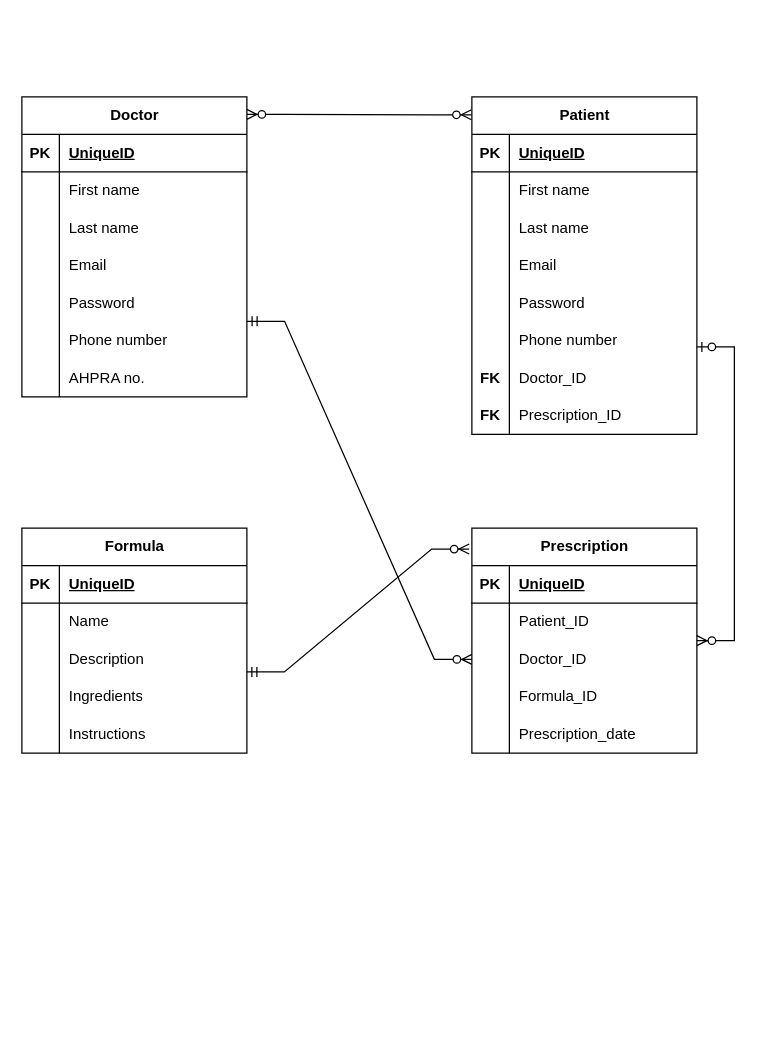
Earlier version of the draw.io diagram FormularyERD.drawio (danielkellydev/chinesemedformula_API). Source tidied: cells renumbered, new cells numbered last; positions are measured from the earlier drawing's top-left corner, leaving out a move shared by most shapes. Both pictures are drawn from the tidied source at 125%, with x=0, y=0 at pixel (21, 96).
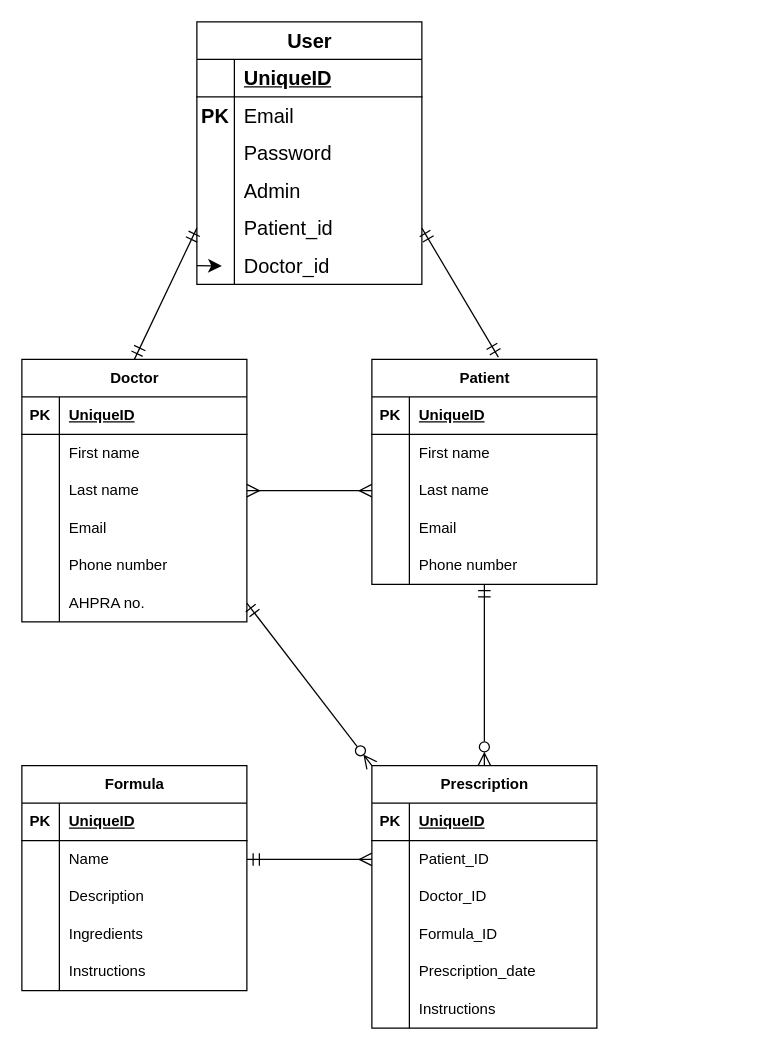
Above is the later version.

The change refers to these unchanged cells:
```xml
<mxCell id="9" style="shape=tableRow;horizontal=0;startSize=0;swimlaneHead=0;swimlaneBody=0;fillColor=none;points=[[0,0.5],[1,0.5]];portConstraint=eastwest;top=0;left=0;right=0;bottom=0;" parent="2" vertex="1">
  <mxGeometry y="90" width="180" height="30" as="geometry" />
</mxCell>
<mxCell id="31" style="shape=tableRow;horizontal=0;startSize=0;swimlaneHead=0;swimlaneBody=0;fillColor=none;points=[[0,0.5],[1,0.5]];portConstraint=eastwest;top=0;left=0;right=0;bottom=0;" parent="24" vertex="1">
  <mxGeometry y="90" width="180" height="30" as="geometry" />
</mxCell>
<mxCell id="53" style="shape=tableRow;horizontal=0;startSize=0;swimlaneHead=0;swimlaneBody=0;fillColor=none;points=[[0,0.5],[1,0.5]];portConstraint=eastwest;top=0;left=0;right=0;bottom=0;" parent="49" vertex="1">
  <mxGeometry y="60" width="180" height="30" as="geometry" />
</mxCell>
<mxCell id="56" style="shape=tableRow;horizontal=0;startSize=0;swimlaneHead=0;swimlaneBody=0;fillColor=none;points=[[0,0.5],[1,0.5]];portConstraint=eastwest;top=0;left=0;right=0;bottom=0;" parent="49" vertex="1">
  <mxGeometry y="90" width="180" height="30" as="geometry" />
</mxCell>
<mxCell id="69" style="shape=tableRow;horizontal=0;startSize=0;swimlaneHead=0;swimlaneBody=0;fillColor=none;points=[[0,0.5],[1,0.5]];portConstraint=eastwest;top=0;left=0;right=0;bottom=0;" parent="65" vertex="1">
  <mxGeometry y="60" width="180" height="30" as="geometry" />
</mxCell>
```

Change to the diagram source:
```diff
@@
     <mxCell id="2" value="Doctor" style="shape=table;startSize=30;childLayout=tableLayout;rowLines=0;fontStyle=1;align=center;html=1;" parent="1" vertex="1">
-      <mxGeometry width="180" height="240" as="geometry" />
+      <mxGeometry y="210" width="180" height="210" as="geometry" />
     </mxCell>
@@
-    <mxCell id="15" style="shape=tableRow;horizontal=0;startSize=0;swimlaneHead=0;swimlaneBody=0;fillColor=none;top=0;left=0;right=0;bottom=0;" parent="2" vertex="1">
-      <mxGeometry y="150" width="180" height="30" as="geometry" />
-    </mxCell>
-    <mxCell id="16" style="shape=partialRectangle;fillColor=none;top=0;left=0;bottom=0;right=0;overflow=hidden;whiteSpace=wrap;html=1;" parent="15" vertex="1">
-      <mxGeometry width="30" height="30" as="geometry" />
-    </mxCell>
-    <mxCell id="17" value="Password" style="shape=partialRectangle;fillColor=none;top=0;left=0;bottom=0;right=0;align=left;spacingLeft=6;overflow=hidden;whiteSpace=wrap;html=1;" parent="15" vertex="1">
-      <mxGeometry x="30" width="150" height="30" as="geometry" />
-    </mxCell>
     <mxCell id="18" style="shape=tableRow;horizontal=0;startSize=0;swimlaneHead=0;swimlaneBody=0;fillColor=none;points=[[0,0.5],[1,0.5]];portConstraint=eastwest;top=0;left=0;right=0;bottom=0;" parent="2" vertex="1">
-      <mxGeometry y="180" width="180" height="30" as="geometry" />
+      <mxGeometry y="150" width="180" height="30" as="geometry" />
     </mxCell>
@@
     <mxCell id="21" style="shape=tableRow;horizontal=0;startSize=0;swimlaneHead=0;swimlaneBody=0;fillColor=none;points=[[0,0.5],[1,0.5]];portConstraint=eastwest;top=0;left=0;right=0;bottom=0;" parent="2" vertex="1">
-      <mxGeometry y="210" width="180" height="30" as="geometry" />
+      <mxGeometry y="180" width="180" height="30" as="geometry" />
     </mxCell>
@@
     <mxCell id="24" value="Patient" style="shape=table;startSize=30;childLayout=tableLayout;rowLines=0;fontStyle=1;align=center;html=1;" parent="1" vertex="1">
-      <mxGeometry x="360" width="180" height="270" as="geometry" />
+      <mxGeometry x="280" y="210" width="180" height="180" as="geometry" />
     </mxCell>
@@
-    <mxCell id="37" style="shape=tableRow;horizontal=0;startSize=0;swimlaneHead=0;swimlaneBody=0;fillColor=none;top=0;left=0;right=0;bottom=0;" parent="24" vertex="1">
-      <mxGeometry y="150" width="180" height="30" as="geometry" />
-    </mxCell>
-    <mxCell id="38" style="shape=partialRectangle;fillColor=none;top=0;left=0;bottom=0;right=0;overflow=hidden;whiteSpace=wrap;html=1;" parent="37" vertex="1">
-      <mxGeometry width="30" height="30" as="geometry" />
-    </mxCell>
-    <mxCell id="39" value="Password" style="shape=partialRectangle;fillColor=none;top=0;left=0;bottom=0;right=0;align=left;spacingLeft=6;overflow=hidden;whiteSpace=wrap;html=1;" parent="37" vertex="1">
-      <mxGeometry x="30" width="150" height="30" as="geometry" />
-    </mxCell>
     <mxCell id="40" style="shape=tableRow;horizontal=0;startSize=0;swimlaneHead=0;swimlaneBody=0;fillColor=none;top=0;left=0;right=0;bottom=0;" parent="24" vertex="1">
-      <mxGeometry y="180" width="180" height="30" as="geometry" />
+      <mxGeometry y="150" width="180" height="30" as="geometry" />
     </mxCell>
@@
-    <mxCell id="43" style="shape=tableRow;horizontal=0;startSize=0;swimlaneHead=0;swimlaneBody=0;fillColor=none;top=0;left=0;right=0;bottom=0;" parent="24" vertex="1">
-      <mxGeometry y="210" width="180" height="30" as="geometry" />
-    </mxCell>
-    <mxCell id="44" value="FK" style="shape=partialRectangle;fillColor=none;top=0;left=0;bottom=0;right=0;overflow=hidden;whiteSpace=wrap;html=1;fontStyle=1;" parent="43" vertex="1">
-      <mxGeometry width="30" height="30" as="geometry" />
-    </mxCell>
-    <mxCell id="45" value="Doctor_ID" style="shape=partialRectangle;fillColor=none;top=0;left=0;bottom=0;right=0;align=left;spacingLeft=6;overflow=hidden;whiteSpace=wrap;html=1;" parent="43" vertex="1">
-      <mxGeometry x="30" width="150" height="30" as="geometry" />
-    </mxCell>
-    <mxCell id="46" style="shape=tableRow;horizontal=0;startSize=0;swimlaneHead=0;swimlaneBody=0;fillColor=none;top=0;left=0;right=0;bottom=0;" parent="24" vertex="1">
-      <mxGeometry y="240" width="180" height="30" as="geometry" />
-    </mxCell>
-    <mxCell id="47" value="FK" style="shape=partialRectangle;fillColor=none;top=0;left=0;bottom=0;right=0;overflow=hidden;whiteSpace=wrap;html=1;fontStyle=1;" parent="46" vertex="1">
-      <mxGeometry width="30" height="30" as="geometry" />
-    </mxCell>
-    <mxCell id="48" value="Prescription_ID" style="shape=partialRectangle;fillColor=none;top=0;left=0;bottom=0;right=0;align=left;spacingLeft=6;overflow=hidden;whiteSpace=wrap;html=1;" parent="46" vertex="1">
-      <mxGeometry x="30" width="150" height="30" as="geometry" />
-    </mxCell>
     <mxCell id="49" value="Prescription" style="shape=table;startSize=30;childLayout=tableLayout;rowLines=0;fontStyle=1;align=center;html=1;" parent="1" vertex="1">
-      <mxGeometry x="360" y="345" width="180" height="180" as="geometry" />
+      <mxGeometry x="280" y="535" width="180" height="210" as="geometry" />
     </mxCell>
@@
+    <mxCell id="85" style="shape=tableRow;horizontal=0;startSize=0;swimlaneHead=0;swimlaneBody=0;fillColor=none;top=0;left=0;right=0;bottom=0;" parent="49" vertex="1">
+      <mxGeometry y="180" width="180" height="30" as="geometry" />
+    </mxCell>
+    <mxCell id="86" style="shape=partialRectangle;fillColor=none;top=0;left=0;bottom=0;right=0;overflow=hidden;whiteSpace=wrap;html=1;" parent="85" vertex="1">
+      <mxGeometry width="30" height="30" as="geometry" />
+    </mxCell>
+    <mxCell id="87" value="Instructions" style="shape=partialRectangle;fillColor=none;top=0;left=0;bottom=0;right=0;align=left;spacingLeft=6;overflow=hidden;whiteSpace=wrap;html=1;" parent="85" vertex="1">
+      <mxGeometry x="30" width="150" height="30" as="geometry" />
+    </mxCell>
     <mxCell id="65" value="Formula" style="shape=table;startSize=30;childLayout=tableLayout;rowLines=0;fontStyle=1;align=center;html=1;" parent="1" vertex="1">
-      <mxGeometry y="345" width="180" height="180" as="geometry" />
+      <mxGeometry y="535" width="180" height="180" as="geometry" />
     </mxCell>
@@
-    <mxCell id="81" style="edgeStyle=entityRelationEdgeStyle;fontSize=12;html=1;endArrow=ERzeroToMany;endFill=1;startArrow=ERzeroToMany;rounded=0;entryX=-0.002;entryY=0.053;entryDx=0;entryDy=0;entryPerimeter=0;" parent="1" edge="1" target="24">
-      <mxGeometry relative="1" as="geometry">
-        <mxPoint x="180" y="14" as="sourcePoint" />
-      </mxGeometry>
-    </mxCell>
-    <mxCell id="82" style="edgeStyle=entityRelationEdgeStyle;fontSize=12;html=1;endArrow=ERzeroToMany;startArrow=ERzeroToOne;rounded=0;" parent="1" edge="1" target="49">
-      <mxGeometry relative="1" as="geometry">
-        <mxPoint x="540" y="200" as="sourcePoint" />
-      </mxGeometry>
-    </mxCell>
-    <mxCell id="83" style="edgeStyle=entityRelationEdgeStyle;fontSize=12;html=1;endArrow=ERzeroToMany;startArrow=ERmandOne;rounded=0;entryX=-0.012;entryY=0.093;entryDx=0;entryDy=0;entryPerimeter=0;" parent="1" edge="1" target="49">
-      <mxGeometry relative="1" as="geometry">
-        <mxPoint x="180" y="460" as="sourcePoint" />
-      </mxGeometry>
-    </mxCell>
-    <mxCell id="84" style="edgeStyle=entityRelationEdgeStyle;fontSize=12;html=1;endArrow=ERzeroToMany;startArrow=ERmandOne;rounded=0;entryX=0;entryY=0.5;entryDx=0;entryDy=0;exitX=1.001;exitY=-0.015;exitDx=0;exitDy=0;exitPerimeter=0;" parent="1" edge="1" source="18" target="56">
-      <mxGeometry relative="1" as="geometry" />
-    </mxCell>
+    <mxCell id="88" value="User" style="shape=table;startSize=30;childLayout=tableLayout;rowLines=0;fontStyle=1;align=center;html=1;fontSize=16;" parent="1" vertex="1">
+      <mxGeometry x="140" y="-60" width="180" height="210" as="geometry" />
+    </mxCell>
+    <mxCell id="89" style="shape=tableRow;horizontal=0;startSize=0;swimlaneHead=0;swimlaneBody=0;fillColor=none;top=0;left=0;right=0;bottom=1;fontSize=16;" parent="88" vertex="1">
+      <mxGeometry y="30" width="180" height="30" as="geometry" />
+    </mxCell>
+    <mxCell id="90" style="shape=partialRectangle;fillColor=none;top=0;left=0;bottom=0;right=0;fontStyle=1;overflow=hidden;whiteSpace=wrap;html=1;fontSize=16;" parent="89" vertex="1">
+      <mxGeometry width="30" height="30" as="geometry" />
+    </mxCell>
+    <mxCell id="91" value="UniqueID" style="shape=partialRectangle;fillColor=none;top=0;left=0;bottom=0;right=0;align=left;spacingLeft=6;fontStyle=5;overflow=hidden;whiteSpace=wrap;html=1;fontSize=16;" parent="89" vertex="1">
+      <mxGeometry x="30" width="150" height="30" as="geometry" />
+    </mxCell>
+    <mxCell id="92" style="shape=tableRow;horizontal=0;startSize=0;swimlaneHead=0;swimlaneBody=0;fillColor=none;top=0;left=0;right=0;bottom=0;fontSize=16;" parent="88" vertex="1">
+      <mxGeometry y="60" width="180" height="30" as="geometry" />
+    </mxCell>
+    <mxCell id="93" value="&lt;b&gt;PK&lt;/b&gt;" style="shape=partialRectangle;fillColor=none;top=0;left=0;bottom=0;right=0;overflow=hidden;whiteSpace=wrap;html=1;fontSize=16;" parent="92" vertex="1">
+      <mxGeometry width="30" height="30" as="geometry" />
+    </mxCell>
+    <mxCell id="94" value="Email" style="shape=partialRectangle;fillColor=none;top=0;left=0;bottom=0;right=0;align=left;spacingLeft=6;overflow=hidden;whiteSpace=wrap;html=1;fontSize=16;" parent="92" vertex="1">
+      <mxGeometry x="30" width="150" height="30" as="geometry" />
+    </mxCell>
+    <mxCell id="95" style="shape=tableRow;horizontal=0;startSize=0;swimlaneHead=0;swimlaneBody=0;fillColor=none;top=0;left=0;right=0;bottom=0;fontSize=16;" parent="88" vertex="1">
+      <mxGeometry y="90" width="180" height="30" as="geometry" />
+    </mxCell>
+    <mxCell id="96" style="shape=partialRectangle;fillColor=none;top=0;left=0;bottom=0;right=0;overflow=hidden;whiteSpace=wrap;html=1;fontSize=16;" parent="95" vertex="1">
+      <mxGeometry width="30" height="30" as="geometry" />
+    </mxCell>
+    <mxCell id="97" value="Password" style="shape=partialRectangle;fillColor=none;top=0;left=0;bottom=0;right=0;align=left;spacingLeft=6;overflow=hidden;whiteSpace=wrap;html=1;fontSize=16;" parent="95" vertex="1">
+      <mxGeometry x="30" width="150" height="30" as="geometry" />
+    </mxCell>
+    <mxCell id="98" style="shape=tableRow;horizontal=0;startSize=0;swimlaneHead=0;swimlaneBody=0;fillColor=none;top=0;left=0;right=0;bottom=0;fontSize=16;" parent="88" vertex="1">
+      <mxGeometry y="120" width="180" height="30" as="geometry" />
+    </mxCell>
+    <mxCell id="99" style="shape=partialRectangle;fillColor=none;top=0;left=0;bottom=0;right=0;overflow=hidden;whiteSpace=wrap;html=1;fontSize=16;" parent="98" vertex="1">
+      <mxGeometry width="30" height="30" as="geometry" />
+    </mxCell>
+    <mxCell id="100" value="Admin" style="shape=partialRectangle;fillColor=none;top=0;left=0;bottom=0;right=0;align=left;spacingLeft=6;overflow=hidden;whiteSpace=wrap;html=1;fontSize=16;" parent="98" vertex="1">
+      <mxGeometry x="30" width="150" height="30" as="geometry" />
+    </mxCell>
+    <mxCell id="101" style="shape=tableRow;horizontal=0;startSize=0;swimlaneHead=0;swimlaneBody=0;fillColor=none;points=[[0,0.5],[1,0.5]];portConstraint=eastwest;top=0;left=0;right=0;bottom=0;fontSize=16;" parent="88" vertex="1">
+      <mxGeometry y="150" width="180" height="30" as="geometry" />
+    </mxCell>
+    <mxCell id="102" style="shape=partialRectangle;fillColor=none;top=0;left=0;bottom=0;right=0;overflow=hidden;whiteSpace=wrap;html=1;fontSize=16;" parent="101" vertex="1">
+      <mxGeometry width="30" height="30" as="geometry" />
+    </mxCell>
+    <mxCell id="103" value="Patient_id" style="shape=partialRectangle;fillColor=none;top=0;left=0;bottom=0;right=0;align=left;spacingLeft=6;overflow=hidden;whiteSpace=wrap;html=1;fontSize=16;" parent="101" vertex="1">
+      <mxGeometry x="30" width="150" height="30" as="geometry" />
+    </mxCell>
+    <mxCell id="104" style="shape=tableRow;horizontal=0;startSize=0;swimlaneHead=0;swimlaneBody=0;fillColor=none;points=[[0,0.5],[1,0.5]];portConstraint=eastwest;top=0;left=0;right=0;bottom=0;fontSize=16;" parent="88" vertex="1">
+      <mxGeometry y="180" width="180" height="30" as="geometry" />
+    </mxCell>
+    <mxCell id="105" style="shape=partialRectangle;fillColor=none;top=0;left=0;bottom=0;right=0;overflow=hidden;whiteSpace=wrap;html=1;fontSize=16;" parent="104" vertex="1">
+      <mxGeometry width="30" height="30" as="geometry" />
+    </mxCell>
+    <mxCell id="106" value="Doctor_id" style="shape=partialRectangle;fillColor=none;top=0;left=0;bottom=0;right=0;align=left;spacingLeft=6;overflow=hidden;whiteSpace=wrap;html=1;fontSize=16;" parent="104" vertex="1">
+      <mxGeometry x="30" width="150" height="30" as="geometry" />
+    </mxCell>
+    <mxCell id="107" style="edgeStyle=none;curved=1;rounded=0;orthogonalLoop=1;jettySize=auto;html=1;exitX=0.75;exitY=0;exitDx=0;exitDy=0;fontSize=12;startSize=8;endSize=8;" parent="1" edge="1" source="49" target="49">
+      <mxGeometry relative="1" as="geometry" />
+    </mxCell>
+    <mxCell id="108" style="edgeStyle=none;curved=1;rounded=0;jettySize=auto;html=1;exitX=1;exitY=0.5;exitDx=0;exitDy=0;entryX=0;entryY=0.5;entryDx=0;entryDy=0;fontSize=12;startSize=8;endSize=8;startArrow=ERmany;startFill=0;endArrow=ERmany;endFill=0;" parent="1" edge="1" source="9" target="31">
+      <mxGeometry relative="1" as="geometry" />
+    </mxCell>
+    <mxCell id="109" style="edgeStyle=none;curved=1;rounded=0;jettySize=auto;html=1;exitX=0;exitY=0.5;exitDx=0;exitDy=0;fontSize=12;startSize=8;endSize=8;" parent="1" edge="1" source="104">
+      <mxGeometry relative="1" as="geometry">
+        <mxPoint x="160" y="135.3" as="targetPoint" />
+      </mxGeometry>
+    </mxCell>
+    <mxCell id="110" style="edgeStyle=none;curved=1;rounded=0;jettySize=auto;html=1;entryX=0.5;entryY=0;entryDx=0;entryDy=0;fontSize=12;startSize=8;endSize=8;startArrow=ERmandOne;startFill=0;endArrow=ERmandOne;endFill=0;" parent="1" edge="1" target="2">
+      <mxGeometry relative="1" as="geometry">
+        <mxPoint x="140" y="105" as="sourcePoint" />
+      </mxGeometry>
+    </mxCell>
+    <mxCell id="111" style="edgeStyle=none;curved=1;rounded=0;jettySize=auto;html=1;exitX=1;exitY=0.5;exitDx=0;exitDy=0;entryX=0.562;entryY=-0.01;entryDx=0;entryDy=0;entryPerimeter=0;fontSize=12;startSize=8;endSize=8;startArrow=ERmandOne;startFill=0;endArrow=ERmandOne;endFill=0;" parent="1" edge="1" source="101" target="24">
+      <mxGeometry relative="1" as="geometry" />
+    </mxCell>
+    <mxCell id="112" style="edgeStyle=none;curved=1;rounded=0;jettySize=auto;html=1;entryX=0.5;entryY=0;entryDx=0;entryDy=0;fontSize=12;startSize=8;endSize=8;startArrow=ERmandOne;startFill=0;endArrow=ERzeroToMany;endFill=0;" parent="1" edge="1" target="49">
+      <mxGeometry relative="1" as="geometry">
+        <mxPoint x="370" y="390" as="sourcePoint" />
+      </mxGeometry>
+    </mxCell>
+    <mxCell id="113" style="edgeStyle=none;curved=1;rounded=0;jettySize=auto;html=1;exitX=1;exitY=0.5;exitDx=0;exitDy=0;entryX=0;entryY=0;entryDx=0;entryDy=0;fontSize=12;startSize=8;endSize=8;startArrow=ERmandOne;startFill=0;endArrow=ERzeroToMany;endFill=0;" parent="1" edge="1" source="21" target="49">
+      <mxGeometry relative="1" as="geometry" />
+    </mxCell>
+    <mxCell id="114" style="edgeStyle=none;curved=1;rounded=0;jettySize=auto;html=1;exitX=1;exitY=0.5;exitDx=0;exitDy=0;entryX=0;entryY=0.5;entryDx=0;entryDy=0;fontSize=12;startSize=8;endSize=8;startArrow=ERmandOne;startFill=0;endArrow=ERmany;endFill=0;" parent="1" edge="1" source="69" target="53">
+      <mxGeometry relative="1" as="geometry" />
+    </mxCell>
```
